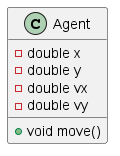
Before: doc/uml/agent.png, a diagram exported from PlantUML (dalemorris2021/agent-simulation). Its diagram source:
```plantuml
@startuml

class Agent {
    - double x
    - double y
    - double vx
    - double vy
    + void move()
}

@enduml
```
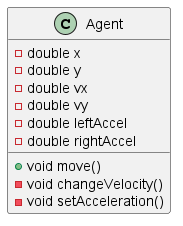
Above is the later version.

Change to the diagram source:
```diff
@@ -5,7 +5,11 @@
     - double y
     - double vx
     - double vy
+    - double leftAccel
+    - double rightAccel
     + void move()
+    - void changeVelocity()
+    - void setAcceleration()
 }
 
 @enduml
```
